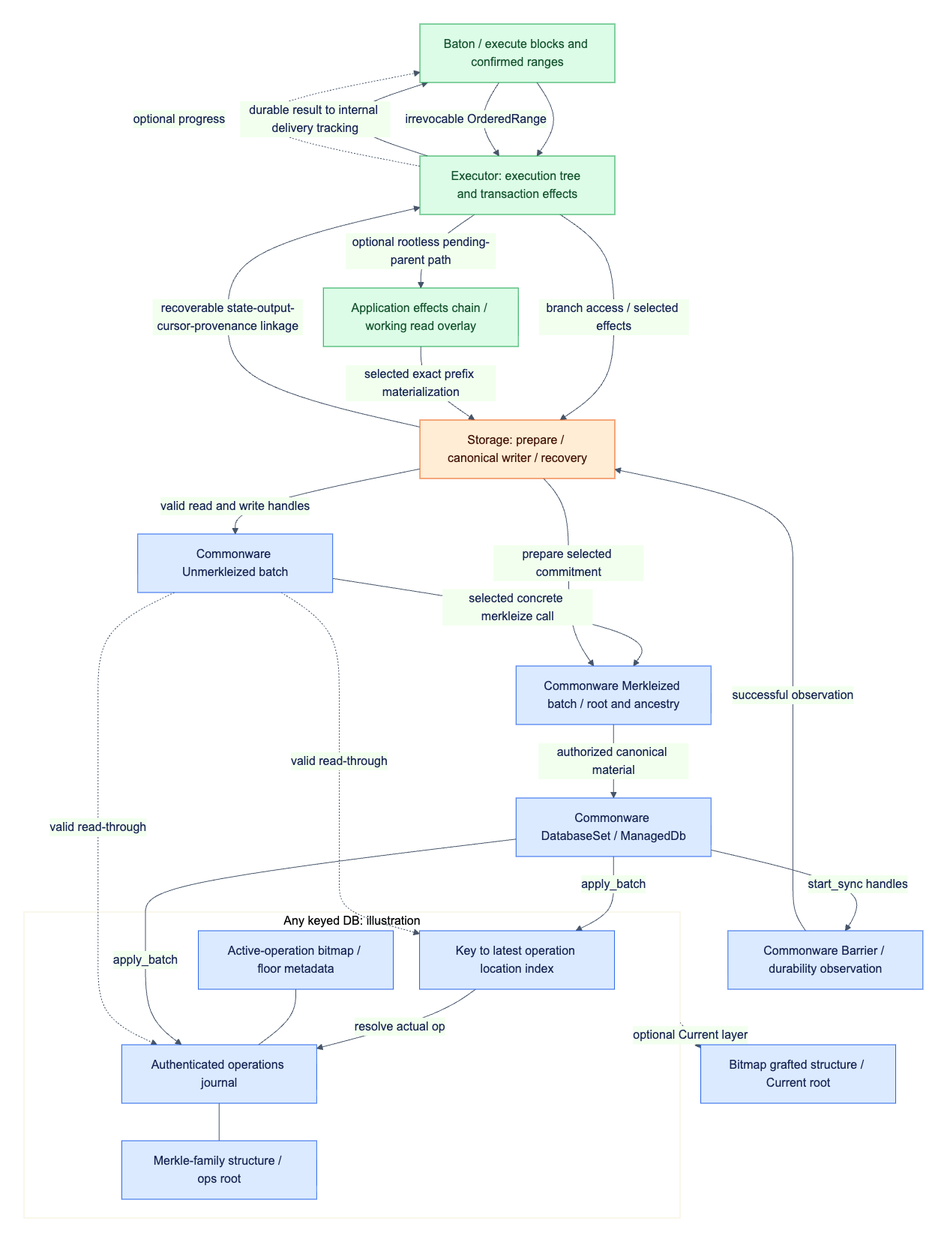
The Mermaid diagram docs/assets/diagrams/diagram-17.png in djm07073/baton-research, before a commit. Its source is kept beside it as docs/assets/diagrams/diagram-17.mmd.
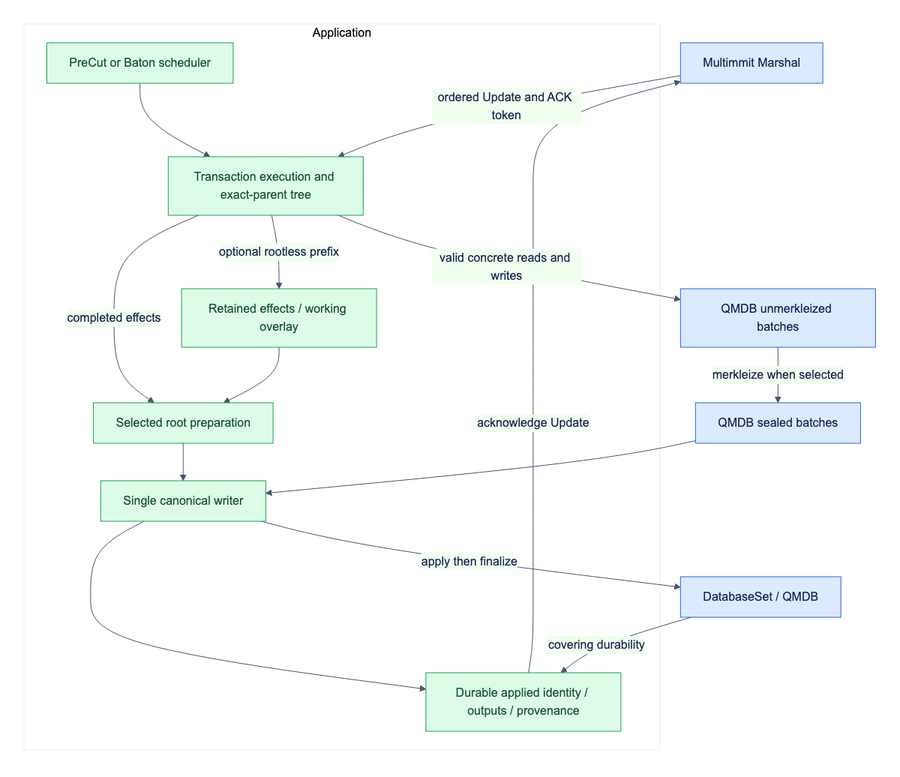
After the change.

What changed in the source:
```diff
@@ -1,35 +1,20 @@
 flowchart TB
-    B[Baton / execute blocks and confirmed ranges] --> E[Executor: execution tree and transaction effects]
-    B -->|irrevocable OrderedRange| E
-    E -->|branch access / selected effects| S[Storage: prepare / canonical writer / recovery]
-    S -->|valid read and write handles| U[Commonware Unmerkleized batch]
-    E -->|optional rootless pending-parent path| O[Application effects chain / working read overlay]
-    O -->|selected exact prefix materialization| S
-    U -->|selected concrete merkleize call| K[Commonware Merkleized batch / root and ancestry]
-    S -->|prepare selected commitment| K
-    K -->|authorized canonical material| D[Commonware DatabaseSet / ManagedDb]
-    subgraph Q[Any keyed DB: illustration]
-        I[Key to latest operation location index]
-        L[Authenticated operations journal]
-        M[Merkle-family structure / ops root]
-        A[Active-operation bitmap / floor metadata]
-        I -->|resolve actual op| L
-        L --- M
-        A --- L
+    M[Multimmit Marshal] -->|ordered Update and ACK token| E
+    subgraph A[Application]
+        Q[PreCut or Baton scheduler] --> E[Transaction execution and exact-parent tree]
+        E -->|completed effects| P[Selected root preparation]
+        P --> W[Single canonical writer]
+        E -->|optional rootless prefix| O[Retained effects / working overlay]
+        O --> P
+        W --> D[Durable applied identity / outputs / provenance]
     end
-    D -->|apply_batch| I
-    D -->|apply_batch| L
-    U -. valid read-through .-> I
-    U -. valid read-through .-> L
-    Q -. optional Current layer .-> C[Bitmap grafted structure / Current root]
-    D -->|start_sync handles| F[Commonware Barrier / durability observation]
-    F -->|successful observation| S
-    S -->|recoverable state-output-cursor-provenance linkage| E
-    E -->|durable result to internal delivery tracking| B
-    E -. optional progress .-> B
+    E -->|valid concrete reads and writes| U[QMDB unmerkleized batches]
+    U -->|merkleize when selected| K[QMDB sealed batches]
+    K --> W
+    W -->|apply then finalize| B[DatabaseSet / QMDB]
+    B -->|covering durability| D
+    D -->|acknowledge Update| M
     classDef reuse fill:#dbeafe,stroke:#2563eb,color:#172554;
-    classDef adapt fill:#ffedd5,stroke:#ea580c,color:#431407;
     classDef fresh fill:#dcfce7,stroke:#16a34a,color:#14532d;
-    class U,K,D,I,L,M,A,C,F reuse;
-    class S adapt;
-    class B,E,O fresh;
+    class M,U,K,B reuse;
+    class Q,E,P,W,D,O fresh;
```
